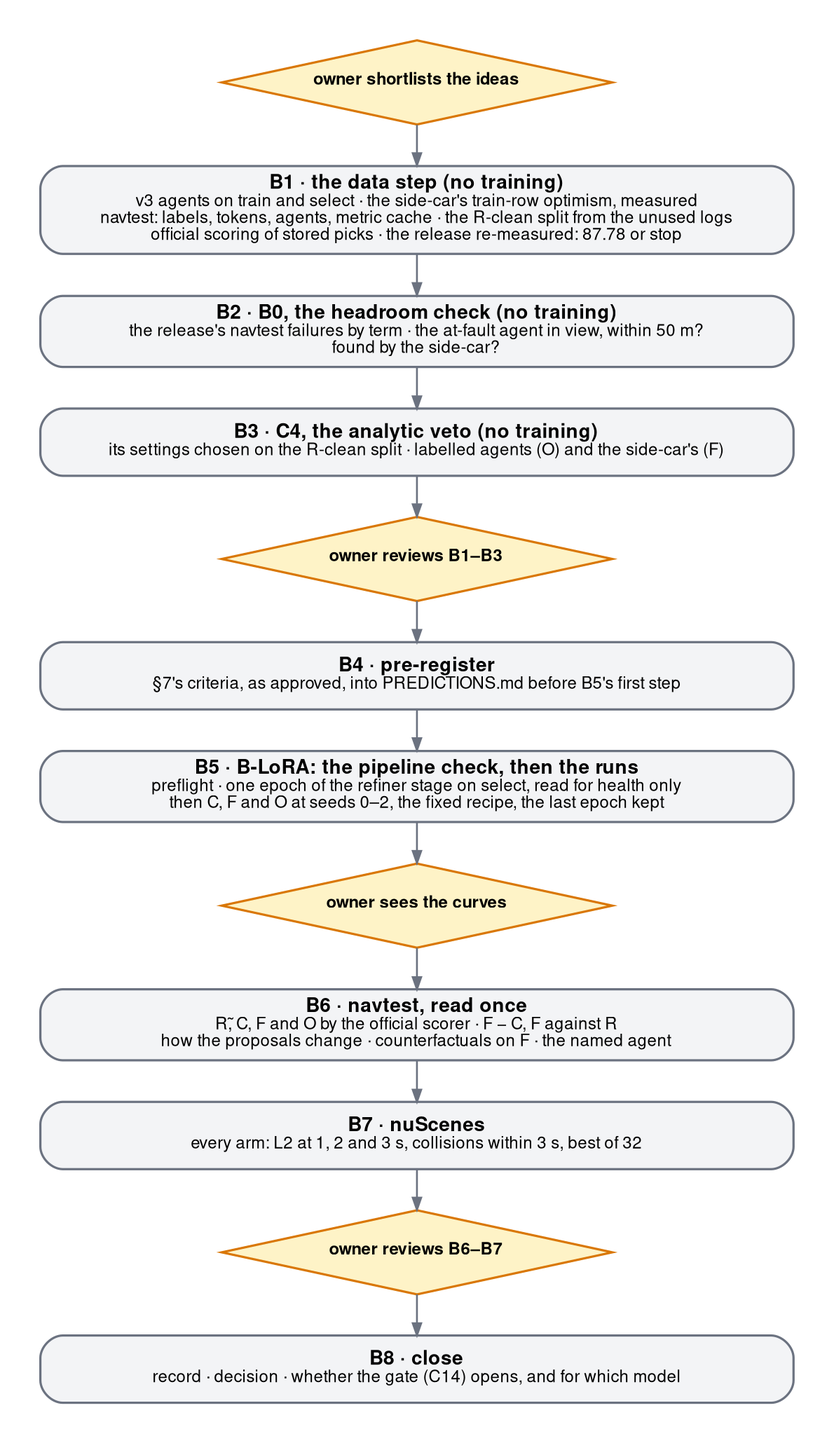
The Graphviz diagram experiments/H15_perception_sidecar/figures/b-steps.png in FastCodeAI/Gallops, before a commit. Its source is kept beside it as experiments/H15_perception_sidecar/figures/b-steps.dot. Source of this version:
```dot
digraph b_steps {
  graph [rankdir=TB, fontname="Helvetica", nodesep=0.35, ranksep=0.30, pad=0.3, bgcolor="white"];
  node  [shape=box, style="rounded,filled", fontname="Helvetica", fontsize=10.5, penwidth=1.2,
         color="#6b7280", fillcolor="#f3f4f6", margin="0.16,0.07", width=5.6];
  edge  [color="#6b7280", arrowsize=0.65, penwidth=1.0, fontname="Helvetica", fontsize=9];

  R0 [shape=diamond, style="filled", width=2.9, height=0.62, fixedsize=true, color="#d97706", fillcolor="#fef3c7",
      label=<<FONT POINT-SIZE="9.5"><B>owner shortlists the ideas</B></FONT>>];
  B1 [label=<<B>B1 · the data step (no training)</B><BR/><FONT POINT-SIZE="9">v3 agents on train and select · the side-car's train-row optimism, measured<BR/>navtest: labels, tokens, agents, metric cache · the R-clean split from the unused logs<BR/>official scoring of stored picks · the release re-measured: 87.78 or stop</FONT>>];
  B2 [label=<<B>B2 · B0, the headroom check (no training)</B><BR/><FONT POINT-SIZE="9">the release's navtest failures by term · the at-fault agent in view, within 50 m?<BR/>found by the side-car?</FONT>>];
  B3 [label=<<B>B3 · C4, the analytic veto (no training)</B><BR/><FONT POINT-SIZE="9">its settings chosen on the R-clean split · labelled agents (O) and the side-car's (F)</FONT>>];
  RA [shape=diamond, style="filled", width=2.9, height=0.62, fixedsize=true, color="#d97706", fillcolor="#fef3c7",
      label=<<FONT POINT-SIZE="9.5"><B>owner reviews B1–B3</B></FONT>>];
  B4 [label=<<B>B4 · pre-register</B><BR/><FONT POINT-SIZE="9">§7's criteria, as approved, into PREDICTIONS.md before B5's first step</FONT>>];
  B5 [label=<<B>B5 · B-LoRA: the pipeline check, then the runs</B><BR/><FONT POINT-SIZE="9">preflight · one epoch of the refiner stage on select, read for health only<BR/>then C, F and O at seeds 0–2, the fixed recipe, the last epoch kept</FONT>>];
  RB [shape=diamond, style="filled", width=2.9, height=0.62, fixedsize=true, color="#d97706", fillcolor="#fef3c7",
      label=<<FONT POINT-SIZE="9.5"><B>owner sees the curves</B></FONT>>];
  B6 [label=<<B>B6 · navtest, read once</B><BR/><FONT POINT-SIZE="9">R̃, C, F and O by the official scorer · F − C, F against R<BR/>how the proposals change · counterfactuals on F · the named agent</FONT>>];
  B7 [label=<<B>B7 · nuScenes</B><BR/><FONT POINT-SIZE="9">every arm: L2 at 1, 2 and 3 s, collisions within 3 s, best of 32</FONT>>];
  RC [shape=diamond, style="filled", width=2.9, height=0.62, fixedsize=true, color="#d97706", fillcolor="#fef3c7",
      label=<<FONT POINT-SIZE="9.5"><B>owner reviews B6–B7</B></FONT>>];
  B8 [label=<<B>B8 · close</B><BR/><FONT POINT-SIZE="9">record · decision · whether the gate (C14) opens, and for which model</FONT>>];

  R0 -> B1 -> B2 -> B3 -> RA -> B4 -> B5 -> RB -> B6 -> B7 -> RC -> B8;
}
```
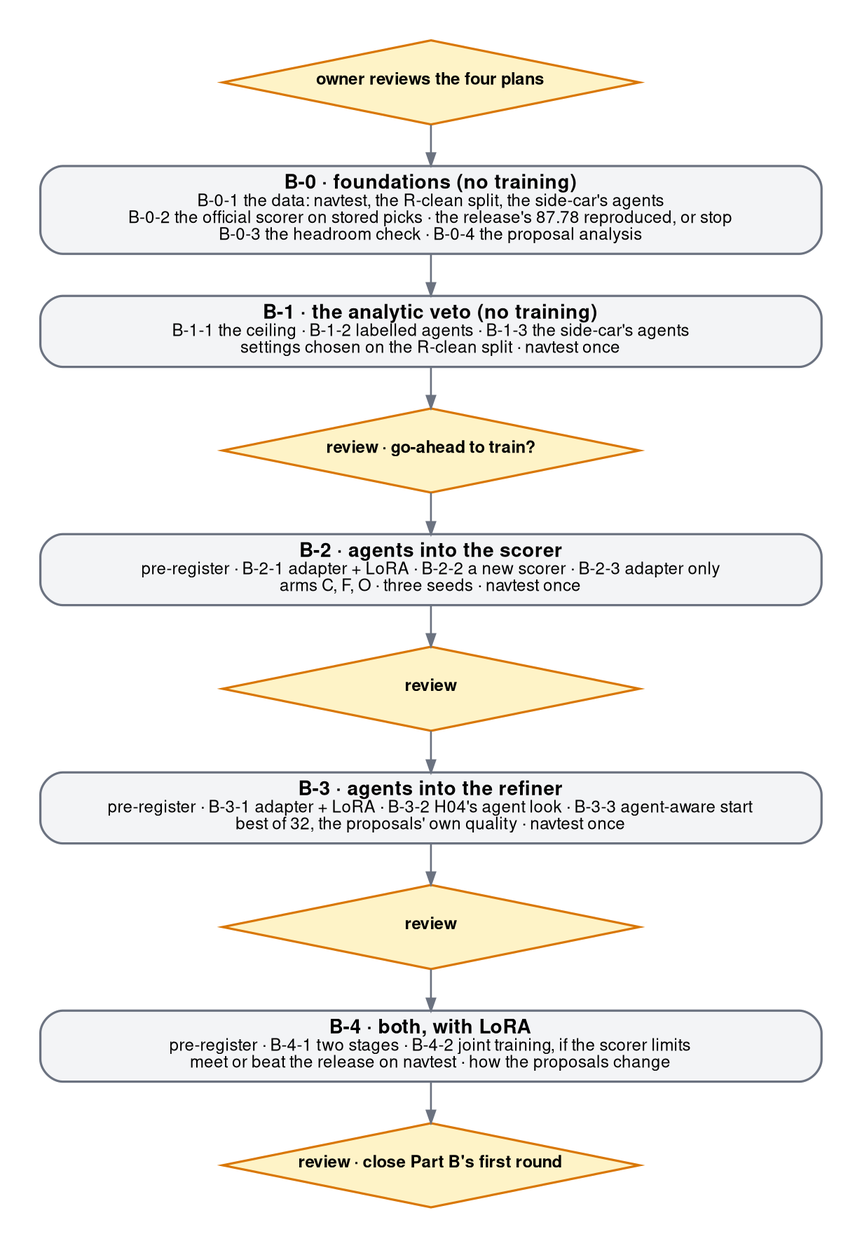
Above is the later version.

Change to the diagram source:
```diff
@@ -1,25 +1,24 @@
 digraph b_steps {
   graph [rankdir=TB, fontname="Helvetica", nodesep=0.35, ranksep=0.30, pad=0.3, bgcolor="white"];
   node  [shape=box, style="rounded,filled", fontname="Helvetica", fontsize=10.5, penwidth=1.2,
-         color="#6b7280", fillcolor="#f3f4f6", margin="0.16,0.07", width=5.6];
+         color="#6b7280", fillcolor="#f3f4f6", margin="0.16,0.07", width=5.8];
   edge  [color="#6b7280", arrowsize=0.65, penwidth=1.0, fontname="Helvetica", fontsize=9];
 
-  R0 [shape=diamond, style="filled", width=2.9, height=0.62, fixedsize=true, color="#d97706", fillcolor="#fef3c7",
-      label=<<FONT POINT-SIZE="9.5"><B>owner shortlists the ideas</B></FONT>>];
-  B1 [label=<<B>B1 · the data step (no training)</B><BR/><FONT POINT-SIZE="9">v3 agents on train and select · the side-car's train-row optimism, measured<BR/>navtest: labels, tokens, agents, metric cache · the R-clean split from the unused logs<BR/>official scoring of stored picks · the release re-measured: 87.78 or stop</FONT>>];
-  B2 [label=<<B>B2 · B0, the headroom check (no training)</B><BR/><FONT POINT-SIZE="9">the release's navtest failures by term · the at-fault agent in view, within 50 m?<BR/>found by the side-car?</FONT>>];
-  B3 [label=<<B>B3 · C4, the analytic veto (no training)</B><BR/><FONT POINT-SIZE="9">its settings chosen on the R-clean split · labelled agents (O) and the side-car's (F)</FONT>>];
-  RA [shape=diamond, style="filled", width=2.9, height=0.62, fixedsize=true, color="#d97706", fillcolor="#fef3c7",
-      label=<<FONT POINT-SIZE="9.5"><B>owner reviews B1–B3</B></FONT>>];
-  B4 [label=<<B>B4 · pre-register</B><BR/><FONT POINT-SIZE="9">§7's criteria, as approved, into PREDICTIONS.md before B5's first step</FONT>>];
-  B5 [label=<<B>B5 · B-LoRA: the pipeline check, then the runs</B><BR/><FONT POINT-SIZE="9">preflight · one epoch of the refiner stage on select, read for health only<BR/>then C, F and O at seeds 0–2, the fixed recipe, the last epoch kept</FONT>>];
-  RB [shape=diamond, style="filled", width=2.9, height=0.62, fixedsize=true, color="#d97706", fillcolor="#fef3c7",
-      label=<<FONT POINT-SIZE="9.5"><B>owner sees the curves</B></FONT>>];
-  B6 [label=<<B>B6 · navtest, read once</B><BR/><FONT POINT-SIZE="9">R̃, C, F and O by the official scorer · F − C, F against R<BR/>how the proposals change · counterfactuals on F · the named agent</FONT>>];
-  B7 [label=<<B>B7 · nuScenes</B><BR/><FONT POINT-SIZE="9">every arm: L2 at 1, 2 and 3 s, collisions within 3 s, best of 32</FONT>>];
-  RC [shape=diamond, style="filled", width=2.9, height=0.62, fixedsize=true, color="#d97706", fillcolor="#fef3c7",
-      label=<<FONT POINT-SIZE="9.5"><B>owner reviews B6–B7</B></FONT>>];
-  B8 [label=<<B>B8 · close</B><BR/><FONT POINT-SIZE="9">record · decision · whether the gate (C14) opens, and for which model</FONT>>];
+  R0 [shape=diamond, style="filled", width=3.1, height=0.62, fixedsize=true, color="#d97706", fillcolor="#fef3c7",
+      label=<<FONT POINT-SIZE="9.5"><B>owner reviews the four plans</B></FONT>>];
+  B0 [label=<<B>B-0 · foundations (no training)</B><BR/><FONT POINT-SIZE="9">B-0-1 the data: navtest, the R-clean split, the side-car's agents<BR/>B-0-2 the official scorer on stored picks · the release's 87.78 reproduced, or stop<BR/>B-0-3 the headroom check · B-0-4 the proposal analysis</FONT>>];
+  B1 [label=<<B>B-1 · the analytic veto (no training)</B><BR/><FONT POINT-SIZE="9">B-1-1 the ceiling · B-1-2 labelled agents · B-1-3 the side-car's agents<BR/>settings chosen on the R-clean split · navtest once</FONT>>];
+  RA [shape=diamond, style="filled", width=3.1, height=0.62, fixedsize=true, color="#d97706", fillcolor="#fef3c7",
+      label=<<FONT POINT-SIZE="9.5"><B>review · go-ahead to train?</B></FONT>>];
+  B2 [label=<<B>B-2 · agents into the scorer</B><BR/><FONT POINT-SIZE="9">pre-register · B-2-1 adapter + LoRA · B-2-2 a new scorer · B-2-3 adapter only<BR/>arms C, F, O · three seeds · navtest once</FONT>>];
+  RB [shape=diamond, style="filled", width=3.1, height=0.62, fixedsize=true, color="#d97706", fillcolor="#fef3c7",
+      label=<<FONT POINT-SIZE="9.5"><B>review</B></FONT>>];
+  B3 [label=<<B>B-3 · agents into the refiner</B><BR/><FONT POINT-SIZE="9">pre-register · B-3-1 adapter + LoRA · B-3-2 H04's agent look · B-3-3 agent-aware start<BR/>best of 32, the proposals' own quality · navtest once</FONT>>];
+  RC [shape=diamond, style="filled", width=3.1, height=0.62, fixedsize=true, color="#d97706", fillcolor="#fef3c7",
+      label=<<FONT POINT-SIZE="9.5"><B>review</B></FONT>>];
+  B4 [label=<<B>B-4 · both, with LoRA</B><BR/><FONT POINT-SIZE="9">pre-register · B-4-1 two stages · B-4-2 joint training, if the scorer limits<BR/>meet or beat the release on navtest · how the proposals change</FONT>>];
+  RD [shape=diamond, style="filled", width=3.1, height=0.62, fixedsize=true, color="#d97706", fillcolor="#fef3c7",
+      label=<<FONT POINT-SIZE="9.5"><B>review · close Part B's first round</B></FONT>>];
 
-  R0 -> B1 -> B2 -> B3 -> RA -> B4 -> B5 -> RB -> B6 -> B7 -> RC -> B8;
+  R0 -> B0 -> B1 -> RA -> B2 -> RB -> B3 -> RC -> B4 -> RD;
 }
```
